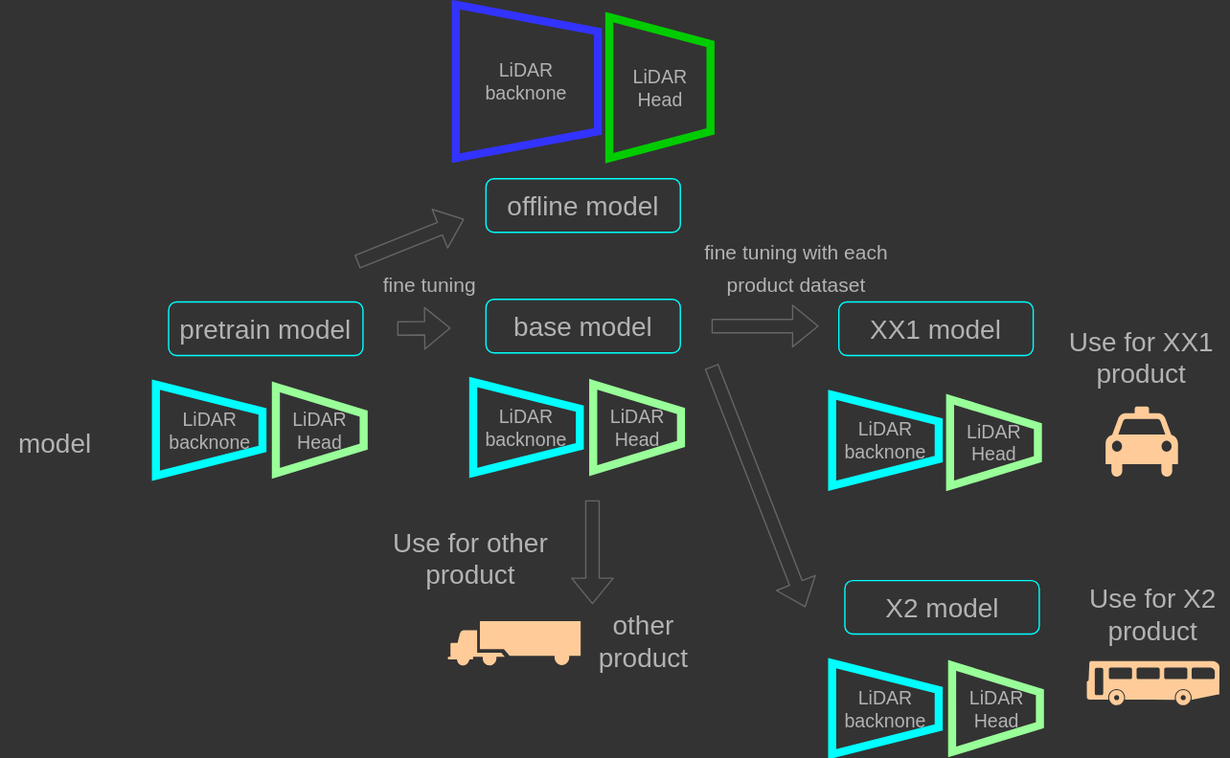
tier4/AWML keeps this draw.io diagram as docs/fig/model_type_3.drawio.svg. Above is the earlier version. Source tidied: cells renumbered, new cells last; positions are measured from the earlier drawing's top-left corner, leaving out a move shared by most shapes. The source it was exported from:
```xml
<mxGraphModel background="#333333">
  <root>
    <mxCell id="0" />
    <mxCell id="1" parent="0" />
    <mxCell id="2" value="Use for XX1&lt;br&gt;product" style="text;html=1;strokeColor=none;fillColor=none;align=center;verticalAlign=middle;whiteSpace=wrap;rounded=0;fontSize=20;fontColor=#B3B3B3;" parent="1" vertex="1">
      <mxGeometry x="786.2" y="247.7" width="129.5" height="30" as="geometry" />
    </mxCell>
    <mxCell id="3" value="Use for X2&lt;br&gt;product" style="text;html=1;strokeColor=none;fillColor=none;align=center;verticalAlign=middle;whiteSpace=wrap;rounded=0;fontSize=20;fontColor=#B3B3B3;" parent="1" vertex="1">
      <mxGeometry x="803.2" y="440" width="112.5" height="30" as="geometry" />
    </mxCell>
    <mxCell id="4" style="shape=mxgraph.signs.transportation.taxi;html=1;fillColor=#FFCC99;strokeColor=none;verticalLabelPosition=bottom;verticalAlign=top;align=center;sketch=0;fontSize=20;fontColor=#B3B3B3;" parent="1" vertex="1">
      <mxGeometry x="824" y="300" width="54" height="54" as="geometry" />
    </mxCell>
    <mxCell id="5" style="shape=mxgraph.signs.transportation.bus_3;html=1;fillColor=#FFCC99;strokeColor=none;verticalLabelPosition=bottom;verticalAlign=top;align=center;sketch=0;fontSize=20;fontColor=#B3B3B3;" parent="1" vertex="1">
      <mxGeometry x="810" y="490" width="99" height="33" as="geometry" />
    </mxCell>
    <mxCell id="6" value="&lt;font style=&quot;font-size: 20px;&quot;&gt;base model&lt;/font&gt;" style="rounded=1;whiteSpace=wrap;html=1;strokeColor=#00FFFF;fillColor=none;fontColor=#B3B3B3;" parent="1" vertex="1">
      <mxGeometry x="361.8" y="220" width="145" height="40" as="geometry" />
    </mxCell>
    <mxCell id="7" value="&lt;span style=&quot;font-size: 15px;&quot;&gt;fine tuning with each product dataset&lt;/span&gt;" style="text;html=1;strokeColor=none;fillColor=none;align=center;verticalAlign=middle;whiteSpace=wrap;rounded=0;fontSize=20;fontColor=#B3B3B3;" parent="1" vertex="1">
      <mxGeometry x="506.8" y="180" width="173.2" height="30" as="geometry" />
    </mxCell>
    <mxCell id="8" value="&lt;font style=&quot;font-size: 20px;&quot;&gt;XX1 model&lt;/font&gt;" style="rounded=1;whiteSpace=wrap;html=1;strokeColor=#00FFFF;fillColor=none;fontColor=#B3B3B3;" parent="1" vertex="1">
      <mxGeometry x="625" y="222" width="145" height="40" as="geometry" />
    </mxCell>
    <mxCell id="9" value="&lt;font style=&quot;font-size: 14px;&quot;&gt;LiDAR&lt;br&gt;backnone&lt;/font&gt;" style="shape=trapezoid;perimeter=trapezoidPerimeter;whiteSpace=wrap;html=1;fixedSize=1;rotation=0;fillColor=none;fontColor=#B3B3B3;strokeColor=#00FFFF;strokeWidth=6;direction=south;" parent="1" vertex="1">
      <mxGeometry x="352.2" y="281.7" width="79.5" height="68" as="geometry" />
    </mxCell>
    <mxCell id="10" value="&lt;span style=&quot;font-size: 14px;&quot;&gt;LiDAR&lt;br&gt;Head&lt;/span&gt;" style="shape=trapezoid;perimeter=trapezoidPerimeter;whiteSpace=wrap;html=1;fixedSize=1;rotation=0;fillColor=none;fontColor=#B3B3B3;strokeColor=#99FF99;strokeWidth=6;direction=south;" parent="1" vertex="1">
      <mxGeometry x="441.8" y="283.4" width="65.5" height="64.6" as="geometry" />
    </mxCell>
    <mxCell id="11" value="&lt;font style=&quot;font-size: 20px;&quot;&gt;offline model&lt;/font&gt;" style="rounded=1;whiteSpace=wrap;html=1;strokeColor=#00FFFF;fillColor=none;fontColor=#B3B3B3;" parent="1" vertex="1">
      <mxGeometry x="361.8" y="130" width="145" height="40" as="geometry" />
    </mxCell>
    <mxCell id="12" value="&lt;font style=&quot;font-size: 14px;&quot;&gt;LiDAR&lt;br&gt;backnone&lt;/font&gt;" style="shape=trapezoid;perimeter=trapezoidPerimeter;whiteSpace=wrap;html=1;fixedSize=1;rotation=0;fillColor=none;fontColor=#B3B3B3;strokeColor=#00FFFF;strokeWidth=6;direction=south;" parent="1" vertex="1">
      <mxGeometry x="620" y="291.3" width="79.5" height="68" as="geometry" />
    </mxCell>
    <mxCell id="13" value="&lt;span style=&quot;font-size: 14px;&quot;&gt;LiDAR&lt;br&gt;Head&lt;/span&gt;" style="shape=trapezoid;perimeter=trapezoidPerimeter;whiteSpace=wrap;html=1;fixedSize=1;rotation=0;fillColor=none;fontColor=#B3B3B3;strokeColor=#99FF99;strokeWidth=6;direction=south;" parent="1" vertex="1">
      <mxGeometry x="708" y="294.7" width="65.5" height="64.6" as="geometry" />
    </mxCell>
    <mxCell id="14" value="&lt;font style=&quot;font-size: 14px;&quot;&gt;LiDAR&lt;br&gt;backnone&lt;/font&gt;" style="shape=trapezoid;perimeter=trapezoidPerimeter;whiteSpace=wrap;html=1;fixedSize=1;rotation=0;fillColor=none;fontColor=#B3B3B3;strokeColor=#3333FF;strokeWidth=6;direction=south;" parent="1" vertex="1">
      <mxGeometry x="339.2" width="106" height="114.6" as="geometry" />
    </mxCell>
    <mxCell id="15" value="&lt;span style=&quot;font-size: 14px;&quot;&gt;LiDAR&lt;br&gt;Head&lt;/span&gt;" style="shape=trapezoid;perimeter=trapezoidPerimeter;whiteSpace=wrap;html=1;fixedSize=1;rotation=0;fillColor=none;fontColor=#B3B3B3;strokeColor=#00CC00;strokeWidth=6;direction=south;" parent="1" vertex="1">
      <mxGeometry x="453.7" y="9.3" width="75.5" height="105.3" as="geometry" />
    </mxCell>
    <mxCell id="16" value="&lt;font style=&quot;font-size: 20px;&quot;&gt;pretrain model&lt;/font&gt;" style="rounded=1;whiteSpace=wrap;html=1;strokeColor=#00FFFF;fillColor=none;fontColor=#B3B3B3;" parent="1" vertex="1">
      <mxGeometry x="125" y="222" width="145" height="40" as="geometry" />
    </mxCell>
    <mxCell id="17" style="shape=flexArrow;endArrow=classic;html=1;fontSize=20;fontColor=#B3B3B3;strokeColor=#666666;" parent="1" edge="1">
      <mxGeometry relative="1" as="geometry">
        <mxPoint x="295.5" y="241.8" as="sourcePoint" />
        <mxPoint x="335.5" y="241.5" as="targetPoint" />
      </mxGeometry>
    </mxCell>
    <mxCell id="18" value="&lt;font style=&quot;font-size: 14px;&quot;&gt;LiDAR&lt;br&gt;backnone&lt;/font&gt;" style="shape=trapezoid;perimeter=trapezoidPerimeter;whiteSpace=wrap;html=1;fixedSize=1;rotation=0;fillColor=none;fontColor=#B3B3B3;strokeColor=#00FFFF;strokeWidth=6;direction=south;" parent="1" vertex="1">
      <mxGeometry x="115.5" y="283.7" width="79.5" height="68" as="geometry" />
    </mxCell>
    <mxCell id="19" value="&lt;span style=&quot;font-size: 14px;&quot;&gt;LiDAR&lt;br&gt;Head&lt;/span&gt;" style="shape=trapezoid;perimeter=trapezoidPerimeter;whiteSpace=wrap;html=1;fixedSize=1;rotation=0;fillColor=none;fontColor=#B3B3B3;strokeColor=#99FF99;strokeWidth=6;direction=south;" parent="1" vertex="1">
      <mxGeometry x="205" y="285.4" width="65.5" height="64.6" as="geometry" />
    </mxCell>
    <mxCell id="20" value="&lt;font style=&quot;font-size: 20px&quot;&gt;model&lt;br&gt;&lt;/font&gt;" style="text;html=1;align=center;verticalAlign=middle;fontColor=#B3B3B3;" parent="1" vertex="1">
      <mxGeometry y="307" width="80" height="40" as="geometry" />
    </mxCell>
    <mxCell id="21" value="&lt;span style=&quot;font-size: 15px;&quot;&gt;fine tuning&lt;/span&gt;" style="text;html=1;strokeColor=none;fillColor=none;align=center;verticalAlign=middle;whiteSpace=wrap;rounded=0;fontSize=20;fontColor=#B3B3B3;" parent="1" vertex="1">
      <mxGeometry x="270.5" y="192" width="97.5" height="30" as="geometry" />
    </mxCell>
    <mxCell id="22" style="shape=flexArrow;endArrow=classic;html=1;fontSize=20;fontColor=#B3B3B3;strokeColor=#666666;" parent="1" edge="1">
      <mxGeometry relative="1" as="geometry">
        <mxPoint x="265.5" y="192" as="sourcePoint" />
        <mxPoint x="345.5" y="160" as="targetPoint" />
      </mxGeometry>
    </mxCell>
    <mxCell id="23" value="&lt;font style=&quot;font-size: 20px;&quot;&gt;X2 model&lt;/font&gt;" style="rounded=1;whiteSpace=wrap;html=1;strokeColor=#00FFFF;fillColor=none;fontColor=#B3B3B3;" parent="1" vertex="1">
      <mxGeometry x="629.5" y="430" width="145" height="40" as="geometry" />
    </mxCell>
    <mxCell id="24" value="&lt;font style=&quot;font-size: 14px;&quot;&gt;LiDAR&lt;br&gt;backnone&lt;/font&gt;" style="shape=trapezoid;perimeter=trapezoidPerimeter;whiteSpace=wrap;html=1;fixedSize=1;rotation=0;fillColor=none;fontColor=#B3B3B3;strokeColor=#00FFFF;strokeWidth=6;direction=south;" parent="1" vertex="1">
      <mxGeometry x="620" y="491.7" width="79.5" height="68" as="geometry" />
    </mxCell>
    <mxCell id="25" value="&lt;span style=&quot;font-size: 14px;&quot;&gt;LiDAR&lt;br&gt;Head&lt;/span&gt;" style="shape=trapezoid;perimeter=trapezoidPerimeter;whiteSpace=wrap;html=1;fixedSize=1;rotation=0;fillColor=none;fontColor=#B3B3B3;strokeColor=#99FF99;strokeWidth=6;direction=south;" parent="1" vertex="1">
      <mxGeometry x="709.5" y="493.4" width="65.5" height="64.6" as="geometry" />
    </mxCell>
    <mxCell id="26" style="shape=flexArrow;endArrow=classic;html=1;fontSize=20;fontColor=#B3B3B3;strokeColor=#666666;" parent="1" edge="1">
      <mxGeometry relative="1" as="geometry">
        <mxPoint x="530" y="240" as="sourcePoint" />
        <mxPoint x="610" y="240" as="targetPoint" />
      </mxGeometry>
    </mxCell>
    <mxCell id="27" style="shape=flexArrow;endArrow=classic;html=1;fontSize=20;fontColor=#B3B3B3;strokeColor=#666666;" parent="1" edge="1">
      <mxGeometry relative="1" as="geometry">
        <mxPoint x="530" y="270" as="sourcePoint" />
        <mxPoint x="600" y="450" as="targetPoint" />
      </mxGeometry>
    </mxCell>
    <mxCell id="28" value="other&lt;br&gt;product" style="text;html=1;strokeColor=none;fillColor=none;align=center;verticalAlign=middle;whiteSpace=wrap;rounded=0;fontSize=20;fontColor=#B3B3B3;" parent="1" vertex="1">
      <mxGeometry x="430.2" y="460" width="99" height="30" as="geometry" />
    </mxCell>
    <mxCell id="29" style="shape=mxgraph.signs.transportation.truck_4;html=1;fillColor=#FFCC99;strokeColor=none;verticalLabelPosition=bottom;verticalAlign=top;align=center;sketch=0;" parent="1" vertex="1">
      <mxGeometry x="333.4" y="460.4" width="99" height="33" as="geometry" />
    </mxCell>
    <mxCell id="30" style="shape=flexArrow;endArrow=classic;html=1;fontSize=20;fontColor=#B3B3B3;strokeColor=#666666;" parent="1" edge="1">
      <mxGeometry relative="1" as="geometry">
        <mxPoint x="441.2" y="370" as="sourcePoint" />
        <mxPoint x="441.2" y="447.7" as="targetPoint" />
      </mxGeometry>
    </mxCell>
    <mxCell id="31" value="Use for other product" style="text;html=1;strokeColor=none;fillColor=none;align=center;verticalAlign=middle;whiteSpace=wrap;rounded=0;fontSize=20;fontColor=#B3B3B3;" parent="1" vertex="1">
      <mxGeometry x="281.2" y="397.7" width="139" height="30" as="geometry" />
    </mxCell>
  </root>
</mxGraphModel>
```
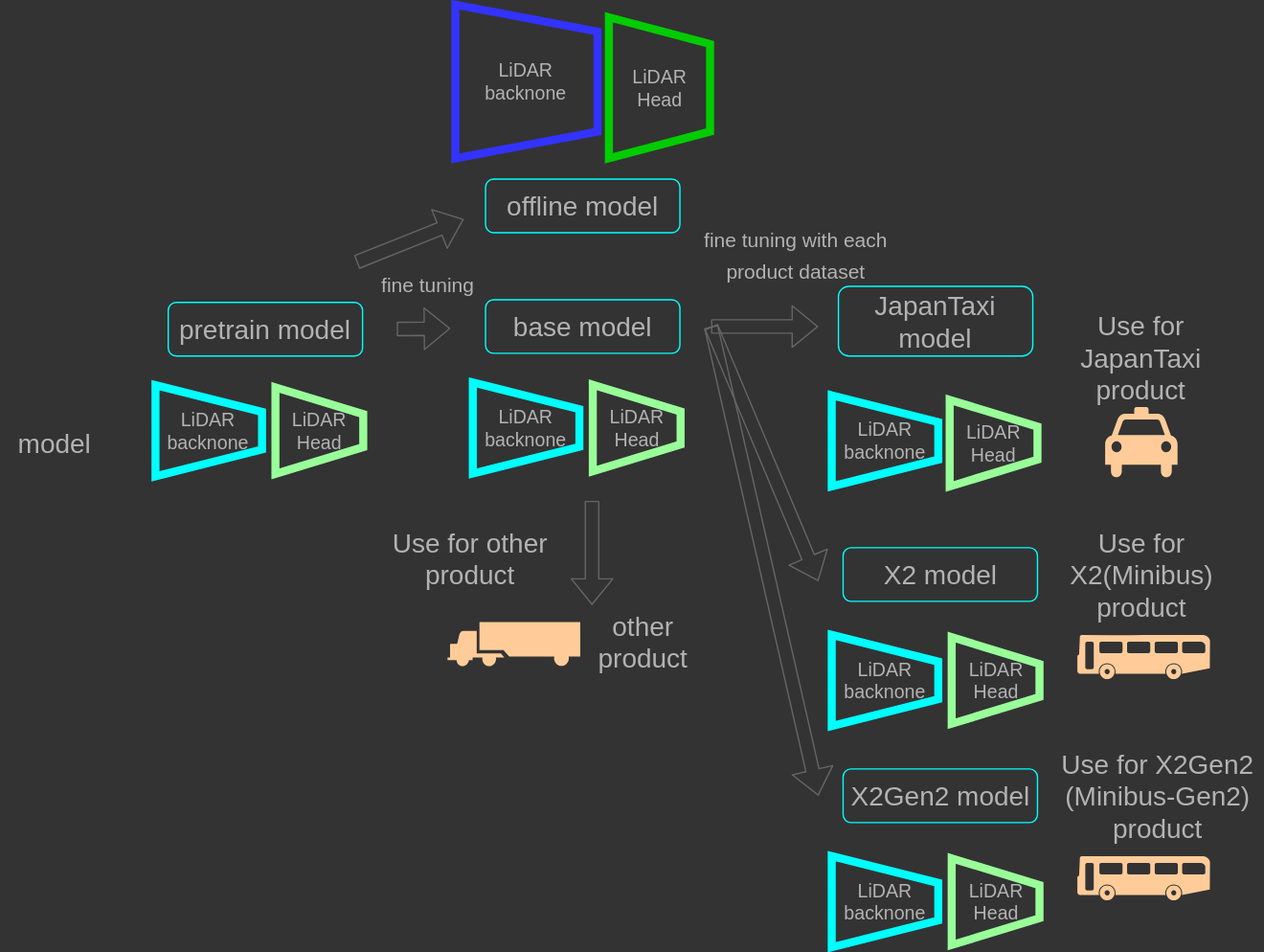
Above is the later version.

Commit message:
chore(docs): update the strategy of model versioning (#241)

The edit, as a diff of the source:
```diff
@@ -2,26 +2,26 @@
   <root>
     <mxCell id="0" />
     <mxCell id="1" parent="0" />
-    <mxCell id="2" value="Use for XX1&lt;br&gt;product" style="text;html=1;strokeColor=none;fillColor=none;align=center;verticalAlign=middle;whiteSpace=wrap;rounded=0;fontSize=20;fontColor=#B3B3B3;" parent="1" vertex="1">
+    <mxCell id="2" value="Use for JapanTaxi&lt;br&gt;product" style="text;html=1;strokeColor=none;fillColor=none;align=center;verticalAlign=middle;whiteSpace=wrap;rounded=0;fontSize=20;fontColor=#B3B3B3;" parent="1" vertex="1">
       <mxGeometry x="786.2" y="247.7" width="129.5" height="30" as="geometry" />
     </mxCell>
-    <mxCell id="3" value="Use for X2&lt;br&gt;product" style="text;html=1;strokeColor=none;fillColor=none;align=center;verticalAlign=middle;whiteSpace=wrap;rounded=0;fontSize=20;fontColor=#B3B3B3;" parent="1" vertex="1">
-      <mxGeometry x="803.2" y="440" width="112.5" height="30" as="geometry" />
+    <mxCell id="3" value="Use for X2(Minibus)&lt;br&gt;product" style="text;html=1;strokeColor=none;fillColor=none;align=center;verticalAlign=middle;whiteSpace=wrap;rounded=0;fontSize=20;fontColor=#B3B3B3;" parent="1" vertex="1">
+      <mxGeometry x="794.8" y="410" width="112.5" height="30" as="geometry" />
     </mxCell>
     <mxCell id="4" style="shape=mxgraph.signs.transportation.taxi;html=1;fillColor=#FFCC99;strokeColor=none;verticalLabelPosition=bottom;verticalAlign=top;align=center;sketch=0;fontSize=20;fontColor=#B3B3B3;" parent="1" vertex="1">
       <mxGeometry x="824" y="300" width="54" height="54" as="geometry" />
     </mxCell>
     <mxCell id="5" style="shape=mxgraph.signs.transportation.bus_3;html=1;fillColor=#FFCC99;strokeColor=none;verticalLabelPosition=bottom;verticalAlign=top;align=center;sketch=0;fontSize=20;fontColor=#B3B3B3;" parent="1" vertex="1">
-      <mxGeometry x="810" y="490" width="99" height="33" as="geometry" />
+      <mxGeometry x="803.2" y="470" width="99" height="33" as="geometry" />
     </mxCell>
     <mxCell id="6" value="&lt;font style=&quot;font-size: 20px;&quot;&gt;base model&lt;/font&gt;" style="rounded=1;whiteSpace=wrap;html=1;strokeColor=#00FFFF;fillColor=none;fontColor=#B3B3B3;" parent="1" vertex="1">
       <mxGeometry x="361.8" y="220" width="145" height="40" as="geometry" />
     </mxCell>
     <mxCell id="7" value="&lt;span style=&quot;font-size: 15px;&quot;&gt;fine tuning with each product dataset&lt;/span&gt;" style="text;html=1;strokeColor=none;fillColor=none;align=center;verticalAlign=middle;whiteSpace=wrap;rounded=0;fontSize=20;fontColor=#B3B3B3;" parent="1" vertex="1">
-      <mxGeometry x="506.8" y="180" width="173.2" height="30" as="geometry" />
+      <mxGeometry x="506.8" y="170" width="173.2" height="30" as="geometry" />
     </mxCell>
-    <mxCell id="8" value="&lt;font style=&quot;font-size: 20px;&quot;&gt;XX1 model&lt;/font&gt;" style="rounded=1;whiteSpace=wrap;html=1;strokeColor=#00FFFF;fillColor=none;fontColor=#B3B3B3;" parent="1" vertex="1">
-      <mxGeometry x="625" y="222" width="145" height="40" as="geometry" />
+    <mxCell id="8" value="&lt;font style=&quot;font-size: 20px;&quot;&gt;JapanTaxi model&lt;/font&gt;" style="rounded=1;whiteSpace=wrap;html=1;strokeColor=#00FFFF;fillColor=none;fontColor=#B3B3B3;" parent="1" vertex="1">
+      <mxGeometry x="625" y="210" width="145" height="52" as="geometry" />
     </mxCell>
     <mxCell id="9" value="&lt;font style=&quot;font-size: 14px;&quot;&gt;LiDAR&lt;br&gt;backnone&lt;/font&gt;" style="shape=trapezoid;perimeter=trapezoidPerimeter;whiteSpace=wrap;html=1;fixedSize=1;rotation=0;fillColor=none;fontColor=#B3B3B3;strokeColor=#00FFFF;strokeWidth=6;direction=south;" parent="1" vertex="1">
       <mxGeometry x="352.2" y="281.7" width="79.5" height="68" as="geometry" />
@@ -72,13 +72,13 @@
       </mxGeometry>
     </mxCell>
     <mxCell id="23" value="&lt;font style=&quot;font-size: 20px;&quot;&gt;X2 model&lt;/font&gt;" style="rounded=1;whiteSpace=wrap;html=1;strokeColor=#00FFFF;fillColor=none;fontColor=#B3B3B3;" parent="1" vertex="1">
-      <mxGeometry x="629.5" y="430" width="145" height="40" as="geometry" />
+      <mxGeometry x="628.5" y="405" width="145" height="40" as="geometry" />
     </mxCell>
     <mxCell id="24" value="&lt;font style=&quot;font-size: 14px;&quot;&gt;LiDAR&lt;br&gt;backnone&lt;/font&gt;" style="shape=trapezoid;perimeter=trapezoidPerimeter;whiteSpace=wrap;html=1;fixedSize=1;rotation=0;fillColor=none;fontColor=#B3B3B3;strokeColor=#00FFFF;strokeWidth=6;direction=south;" parent="1" vertex="1">
-      <mxGeometry x="620" y="491.7" width="79.5" height="68" as="geometry" />
+      <mxGeometry x="620" y="470" width="79.5" height="68" as="geometry" />
     </mxCell>
     <mxCell id="25" value="&lt;span style=&quot;font-size: 14px;&quot;&gt;LiDAR&lt;br&gt;Head&lt;/span&gt;" style="shape=trapezoid;perimeter=trapezoidPerimeter;whiteSpace=wrap;html=1;fixedSize=1;rotation=0;fillColor=none;fontColor=#B3B3B3;strokeColor=#99FF99;strokeWidth=6;direction=south;" parent="1" vertex="1">
-      <mxGeometry x="709.5" y="493.4" width="65.5" height="64.6" as="geometry" />
+      <mxGeometry x="709.5" y="471.7" width="65.5" height="64.6" as="geometry" />
     </mxCell>
     <mxCell id="26" style="shape=flexArrow;endArrow=classic;html=1;fontSize=20;fontColor=#B3B3B3;strokeColor=#666666;" parent="1" edge="1">
       <mxGeometry relative="1" as="geometry">
@@ -88,8 +88,8 @@
     </mxCell>
     <mxCell id="27" style="shape=flexArrow;endArrow=classic;html=1;fontSize=20;fontColor=#B3B3B3;strokeColor=#666666;" parent="1" edge="1">
       <mxGeometry relative="1" as="geometry">
-        <mxPoint x="530" y="270" as="sourcePoint" />
-        <mxPoint x="600" y="450" as="targetPoint" />
+        <mxPoint x="530" y="240" as="sourcePoint" />
+        <mxPoint x="610" y="430" as="targetPoint" />
       </mxGeometry>
     </mxCell>
     <mxCell id="28" value="other&lt;br&gt;product" style="text;html=1;strokeColor=none;fillColor=none;align=center;verticalAlign=middle;whiteSpace=wrap;rounded=0;fontSize=20;fontColor=#B3B3B3;" parent="1" vertex="1">
@@ -107,5 +107,26 @@
     <mxCell id="31" value="Use for other product" style="text;html=1;strokeColor=none;fillColor=none;align=center;verticalAlign=middle;whiteSpace=wrap;rounded=0;fontSize=20;fontColor=#B3B3B3;" parent="1" vertex="1">
       <mxGeometry x="281.2" y="397.7" width="139" height="30" as="geometry" />
     </mxCell>
+    <mxCell id="32" value="Use for X2Gen2 (Minibus-Gen2)&lt;br&gt;product" style="text;html=1;strokeColor=none;fillColor=none;align=center;verticalAlign=middle;whiteSpace=wrap;rounded=0;fontSize=20;fontColor=#B3B3B3;" parent="1" vertex="1">
+      <mxGeometry x="786.2" y="575" width="155.2" height="30" as="geometry" />
+    </mxCell>
+    <mxCell id="33" style="shape=mxgraph.signs.transportation.bus_3;html=1;fillColor=#FFCC99;strokeColor=none;verticalLabelPosition=bottom;verticalAlign=top;align=center;sketch=0;fontSize=20;fontColor=#B3B3B3;" parent="1" vertex="1">
+      <mxGeometry x="803.2" y="635" width="99" height="33" as="geometry" />
+    </mxCell>
+    <mxCell id="34" value="&lt;font style=&quot;font-size: 20px;&quot;&gt;X2Gen2 model&lt;/font&gt;" style="rounded=1;whiteSpace=wrap;html=1;strokeColor=#00FFFF;fillColor=none;fontColor=#B3B3B3;" parent="1" vertex="1">
+      <mxGeometry x="628.5" y="570" width="145" height="40" as="geometry" />
+    </mxCell>
+    <mxCell id="35" value="&lt;font style=&quot;font-size: 14px;&quot;&gt;LiDAR&lt;br&gt;backnone&lt;/font&gt;" style="shape=trapezoid;perimeter=trapezoidPerimeter;whiteSpace=wrap;html=1;fixedSize=1;rotation=0;fillColor=none;fontColor=#B3B3B3;strokeColor=#00FFFF;strokeWidth=6;direction=south;" parent="1" vertex="1">
+      <mxGeometry x="620" y="635" width="79.5" height="68" as="geometry" />
+    </mxCell>
+    <mxCell id="36" value="&lt;span style=&quot;font-size: 14px;&quot;&gt;LiDAR&lt;br&gt;Head&lt;/span&gt;" style="shape=trapezoid;perimeter=trapezoidPerimeter;whiteSpace=wrap;html=1;fixedSize=1;rotation=0;fillColor=none;fontColor=#B3B3B3;strokeColor=#99FF99;strokeWidth=6;direction=south;" parent="1" vertex="1">
+      <mxGeometry x="709.5" y="636.7" width="65.5" height="64.6" as="geometry" />
+    </mxCell>
+    <mxCell id="37" style="shape=flexArrow;endArrow=classic;html=1;fontSize=20;fontColor=#B3B3B3;strokeColor=#666666;" parent="1" edge="1">
+      <mxGeometry relative="1" as="geometry">
+        <mxPoint x="530" y="240" as="sourcePoint" />
+        <mxPoint x="610" y="590" as="targetPoint" />
+      </mxGeometry>
+    </mxCell>
   </root>
 </mxGraphModel>
```
